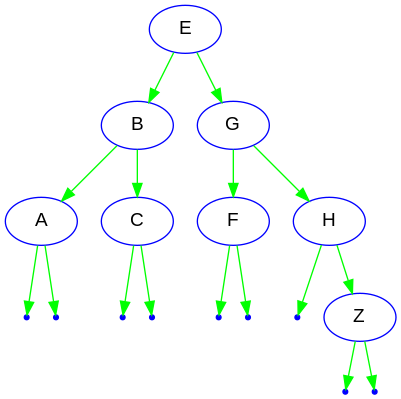
martinfdev/EstructurasenC-P1 keeps this Graphviz diagram as build/ArbolAVL.png. Above is the earlier version. Its source is kept beside it as build/ArbolAVL.dot.
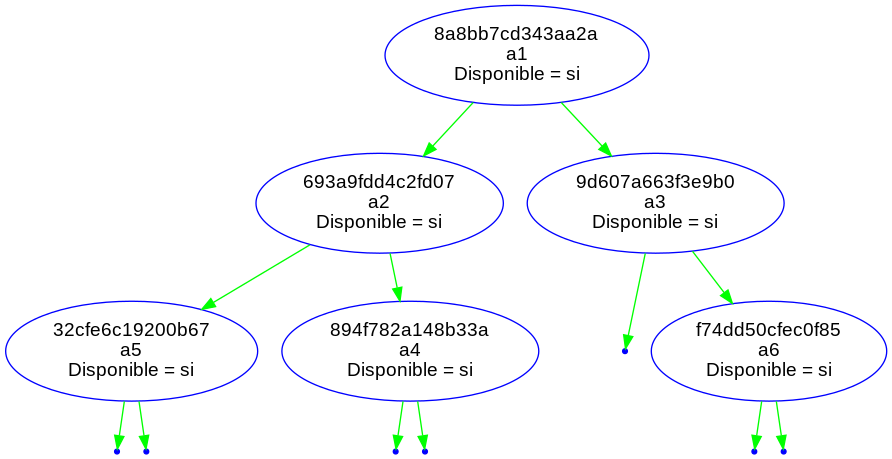
After the commit.

The edit, as a diff of the source:
```diff
@@ -1,29 +1,29 @@
 digraph G {
 node[fontname="Arial", color="blue"]
 edge [color="green"]
-E -> B;
-B -> A;
+"8a8bb7cd343aa2a"[label="8a8bb7cd343aa2a\na1\nDisponible = si"];
+"8a8bb7cd343aa2a" -> "693a9fdd4c2fd07";
+"693a9fdd4c2fd07"[label="693a9fdd4c2fd07\na2\nDisponible = si"];
+"693a9fdd4c2fd07" -> "32cfe6c19200b67";
+"32cfe6c19200b67"[label="32cfe6c19200b67\na5\nDisponible = si"]
 null0 [shape=point];
-A-> null0;
+"32cfe6c19200b67" -> null0;
 null1 [shape=point];
-A -> null1;
-B -> C
+"32cfe6c19200b67" -> null1;
+"693a9fdd4c2fd07" -> "894f782a148b33a";
+"894f782a148b33a"[label="894f782a148b33a\na4\nDisponible = si"]
 null2 [shape=point];
-C-> null2;
+"894f782a148b33a" -> null2;
 null3 [shape=point];
-C -> null3;
-E -> G
-G -> F;
+"894f782a148b33a" -> null3;
+"8a8bb7cd343aa2a" -> "9d607a663f3e9b0";
+"9d607a663f3e9b0"[label="9d607a663f3e9b0\na3\nDisponible = si"]
 null4 [shape=point];
-F-> null4;
+"9d607a663f3e9b0" -> null4;
+"9d607a663f3e9b0" -> "f74dd50cfec0f85";
+"f74dd50cfec0f85"[label="f74dd50cfec0f85\na6\nDisponible = si"]
 null5 [shape=point];
-F -> null5;
-G -> H
+"f74dd50cfec0f85" -> null5;
 null6 [shape=point];
-H-> null6;
-H -> Z
-null7 [shape=point];
-Z-> null7;
-null8 [shape=point];
-Z -> null8;
+"f74dd50cfec0f85" -> null6;
 }
```
